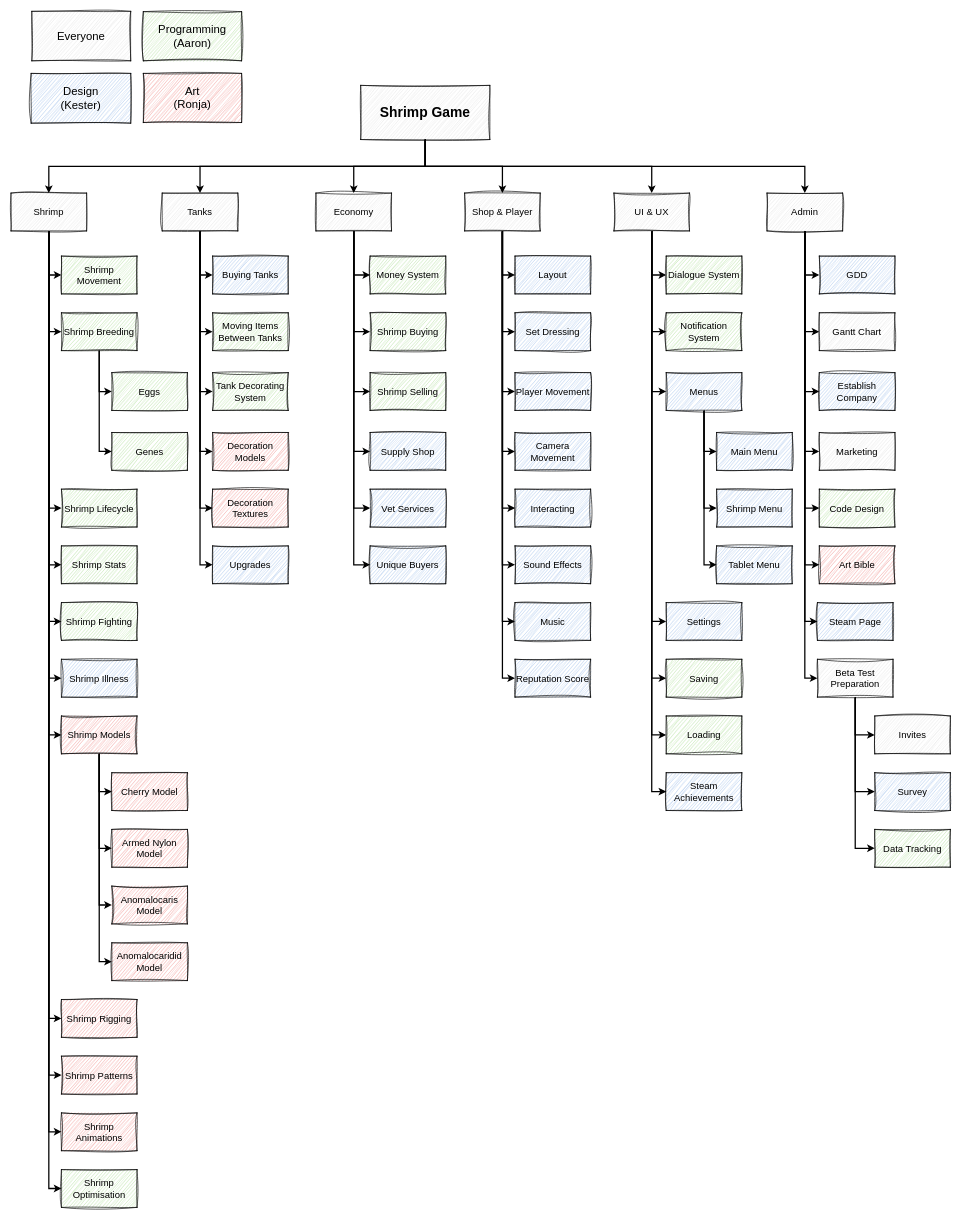
The-Shrimp-Company/ShrimpGame keeps this draw.io diagram as WBS.drawio. Above is the earlier version. Source tidied: cells renumbered, new cells numbered last; positions are measured from the earlier drawing's top-left corner, leaving out a move shared by most shapes. Both pictures are drawn from the tidied source at 63%, with x=0, y=0 at pixel (11, 11).
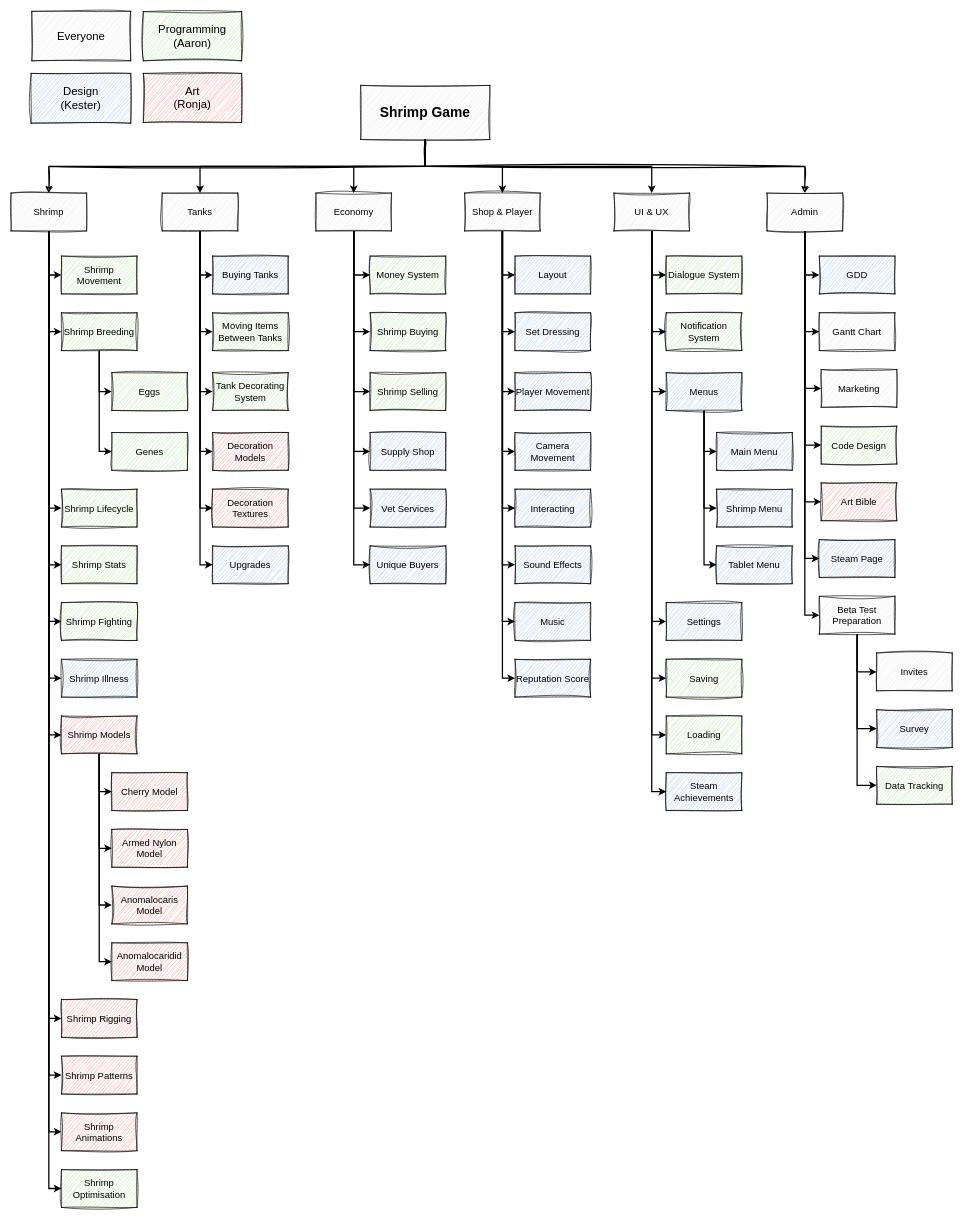
Above is the later version.

The change refers to these unchanged cells:
```xml
<mxCell id="8" value="Shrimp Game" style="rounded=0;whiteSpace=wrap;html=1;sketch=1;curveFitting=1;jiggle=2;fillColor=#E6E6E6;fontStyle=1;fontSize=22;" parent="1" vertex="1">
  <mxGeometry x="555" y="117" width="205" height="86" as="geometry" />
</mxCell>
<mxCell id="20" value="Shrimp" style="rounded=0;whiteSpace=wrap;html=1;sketch=1;curveFitting=1;jiggle=2;fillColor=#E6E6E6;fontStyle=0;fontSize=15;" parent="1" vertex="1">
  <mxGeometry y="288" width="120" height="60" as="geometry" />
</mxCell>
<mxCell id="85" value="Admin" style="rounded=0;whiteSpace=wrap;html=1;sketch=1;curveFitting=1;jiggle=2;fillColor=#E6E6E6;fontStyle=0;fontSize=15;" parent="1" vertex="1">
  <mxGeometry x="1200" y="288" width="120" height="60" as="geometry" />
</mxCell>
```

Change to the diagram source:
```diff
@@
-    <mxCell id="2" style="edgeStyle=orthogonalEdgeStyle;rounded=0;jettySize=auto;html=1;exitX=0.5;exitY=1;exitDx=0;exitDy=0;entryX=0.5;entryY=0;entryDx=0;entryDy=0;fontStyle=0;fontSize=15;strokeWidth=2;" parent="1" edge="1" source="8" target="20">
+    <mxCell id="2" style="edgeStyle=orthogonalEdgeStyle;rounded=0;jettySize=auto;html=1;exitX=0.5;exitY=1;exitDx=0;exitDy=0;entryX=0.5;entryY=0;entryDx=0;entryDy=0;fontStyle=0;fontSize=15;strokeWidth=2;sketch=1;curveFitting=1;jiggle=2;" parent="1" edge="1" source="8" target="20">
       <mxGeometry relative="1" as="geometry" />
     </mxCell>
@@
-    <mxCell id="7" style="edgeStyle=orthogonalEdgeStyle;rounded=0;jettySize=auto;html=1;exitX=0.5;exitY=1;exitDx=0;exitDy=0;entryX=0.5;entryY=0;entryDx=0;entryDy=0;fontStyle=0;fontSize=15;strokeWidth=2;" parent="1" edge="1" source="8" target="85">
+    <mxCell id="7" style="edgeStyle=orthogonalEdgeStyle;rounded=0;jettySize=auto;html=1;exitX=0.5;exitY=1;exitDx=0;exitDy=0;entryX=0.5;entryY=0;entryDx=0;entryDy=0;fontStyle=0;fontSize=15;strokeWidth=2;sketch=1;curveFitting=1;jiggle=2;" parent="1" edge="1" source="8" target="85">
       <mxGeometry relative="1" as="geometry" />
     </mxCell>
@@
-    <mxCell id="79" style="edgeStyle=orthogonalEdgeStyle;rounded=0;jettySize=auto;html=1;exitX=0.5;exitY=1;exitDx=0;exitDy=0;entryX=0;entryY=0.5;entryDx=0;entryDy=0;fontStyle=0;fontSize=15;strokeWidth=2;" parent="1" edge="1" source="85" target="87">
-      <mxGeometry relative="1" as="geometry" />
-    </mxCell>
@@
-    <mxCell id="87" value="Establish Company" style="rounded=0;whiteSpace=wrap;html=1;sketch=1;curveFitting=1;jiggle=2;fillColor=#A9C4EB;fontStyle=0;fontSize=15;" parent="1" vertex="1">
-      <mxGeometry x="1283" y="573" width="120" height="60" as="geometry" />
-    </mxCell>
     <mxCell id="88" value="Marketing" style="rounded=0;whiteSpace=wrap;html=1;sketch=1;curveFitting=1;jiggle=2;fillColor=#E6E6E6;fontStyle=0;fontSize=15;" parent="1" vertex="1">
-      <mxGeometry x="1283" y="668" width="120" height="60" as="geometry" />
+      <mxGeometry x="1286" y="568" width="120" height="60" as="geometry" />
     </mxCell>
@@
     <mxCell id="93" value="Code Design" style="rounded=0;whiteSpace=wrap;html=1;sketch=1;curveFitting=1;jiggle=2;fillColor=#B9E0A5;fontStyle=0;fontSize=15;" parent="1" vertex="1">
-      <mxGeometry x="1283" y="758" width="120" height="60" as="geometry" />
+      <mxGeometry x="1286" y="658" width="120" height="60" as="geometry" />
     </mxCell>
     <mxCell id="94" value="Art Bible" style="rounded=0;whiteSpace=wrap;html=1;sketch=1;curveFitting=1;jiggle=2;fillColor=#F19C99;fontStyle=0;fontSize=15;" parent="1" vertex="1">
-      <mxGeometry x="1283" y="848" width="120" height="60" as="geometry" />
+      <mxGeometry x="1286" y="748" width="120" height="60" as="geometry" />
     </mxCell>
@@
     <mxCell id="100" value="Steam Page" style="rounded=0;whiteSpace=wrap;html=1;sketch=1;curveFitting=1;jiggle=2;fillColor=#A9C4EB;fontStyle=0;fontSize=15;" parent="1" vertex="1">
-      <mxGeometry x="1280" y="938" width="120" height="60" as="geometry" />
+      <mxGeometry x="1283" y="838" width="120" height="60" as="geometry" />
     </mxCell>
@@
     <mxCell id="104" value="Beta Test Preparation" style="rounded=0;whiteSpace=wrap;html=1;sketch=1;curveFitting=1;jiggle=2;fillColor=#E6E6E6;fontStyle=0;fontSize=15;" parent="1" vertex="1">
-      <mxGeometry x="1280" y="1028" width="120" height="60" as="geometry" />
+      <mxGeometry x="1283" y="928" width="120" height="60" as="geometry" />
     </mxCell>
@@
     <mxCell id="123" value="Invites" style="rounded=0;whiteSpace=wrap;html=1;sketch=1;curveFitting=1;jiggle=2;fillColor=#E6E6E6;fontStyle=0;fontSize=15;" parent="1" vertex="1">
-      <mxGeometry x="1371" y="1118" width="120" height="60" as="geometry" />
+      <mxGeometry x="1374" y="1018" width="120" height="60" as="geometry" />
     </mxCell>
     <mxCell id="124" value="Survey" style="rounded=0;whiteSpace=wrap;html=1;sketch=1;curveFitting=1;jiggle=2;fillColor=#A9C4EB;fontStyle=0;fontSize=15;" parent="1" vertex="1">
-      <mxGeometry x="1371" y="1208" width="120" height="60" as="geometry" />
+      <mxGeometry x="1374" y="1108" width="120" height="60" as="geometry" />
     </mxCell>
     <mxCell id="125" value="Data Tracking" style="rounded=0;whiteSpace=wrap;html=1;sketch=1;curveFitting=1;jiggle=2;fillColor=#B9E0A5;fontStyle=0;fontSize=15;" parent="1" vertex="1">
-      <mxGeometry x="1371" y="1298" width="120" height="60" as="geometry" />
+      <mxGeometry x="1374" y="1198" width="120" height="60" as="geometry" />
     </mxCell>
```
